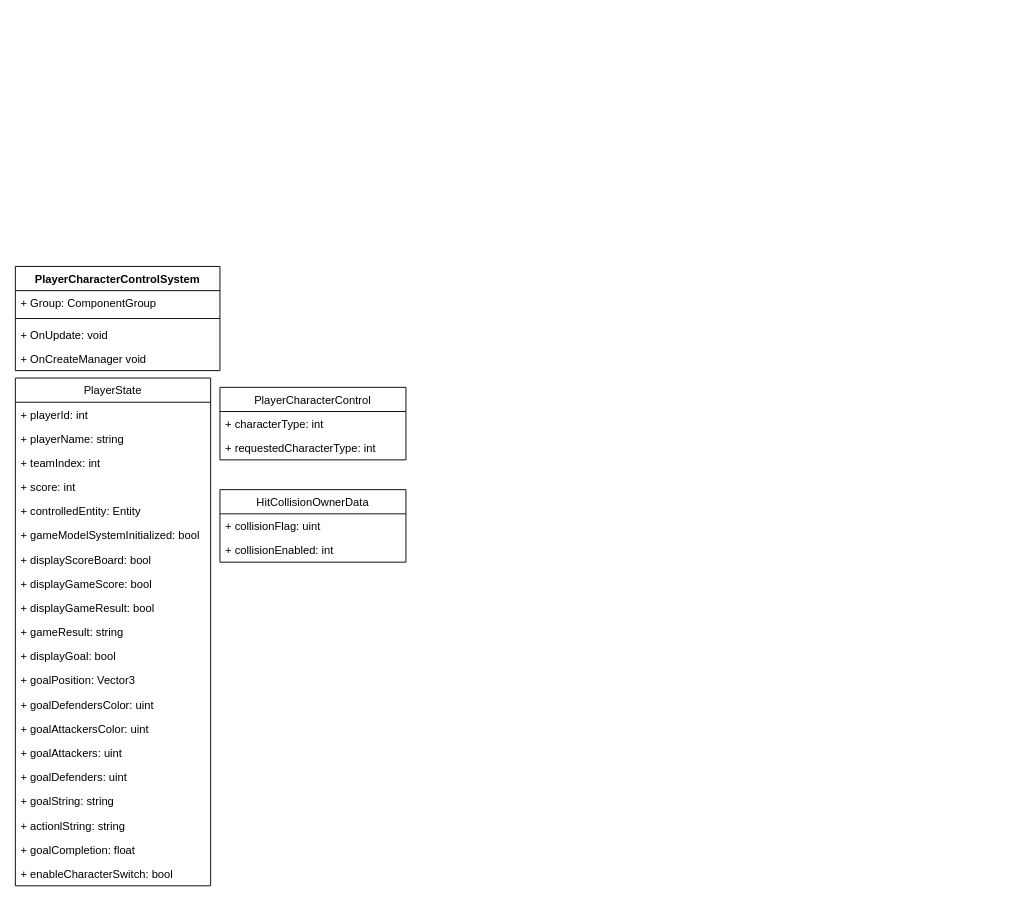
yulingjie/FPS keeps this draw.io diagram as Untitled Diagram.drawio. Above is the earlier version. Source tidied: cells renumbered, new cells numbered last; positions are measured from the earlier drawing's top-left corner, leaving out a move shared by most shapes. Both pictures are drawn from the tidied source at 93%, with x=0, y=0 at pixel (15, 266).
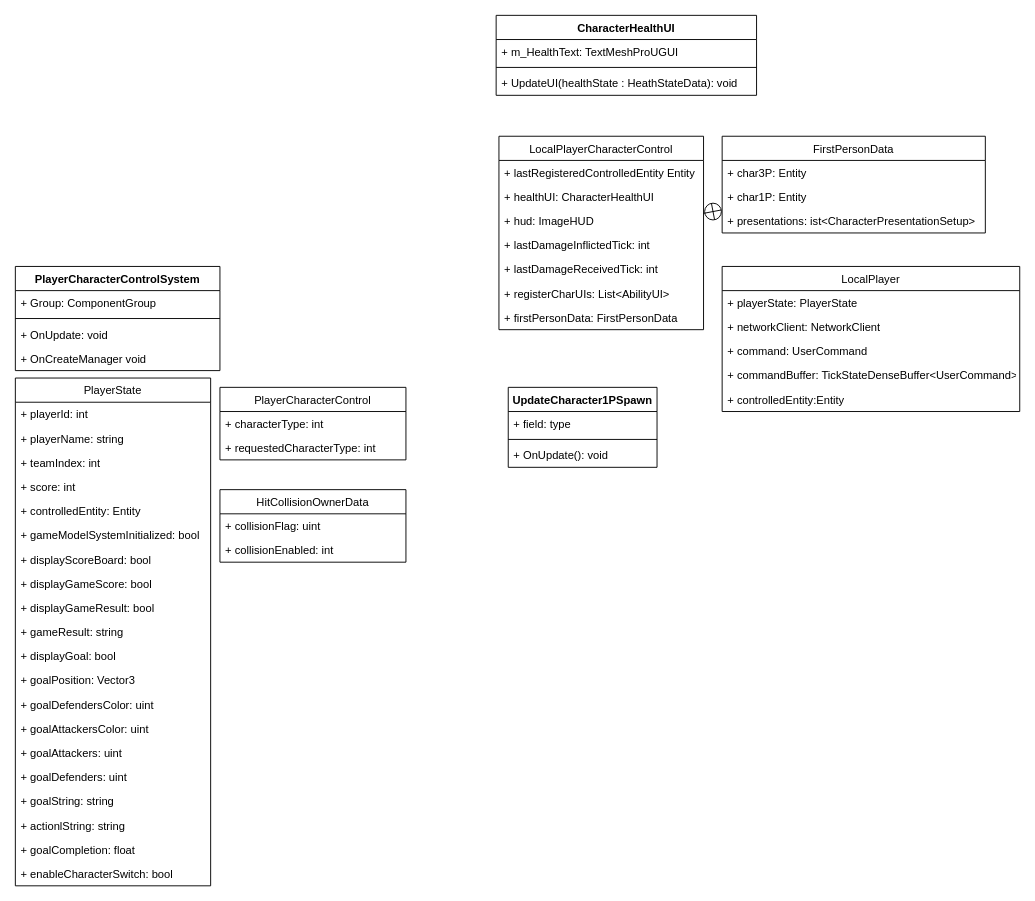
The same page after the edit.

Change to the diagram source:
```diff
@@
+    <mxCell id="34" value="UpdateCharacter1PSpawn" style="swimlane;fontStyle=1;align=center;verticalAlign=top;horizontal=1;startSize=26;" parent="1" vertex="1">
+      <mxGeometry x="530" y="130" width="160" height="86" as="geometry" />
+    </mxCell>
+    <mxCell id="35" value="+ field: type" style="text;strokeColor=none;fillColor=none;align=left;verticalAlign=top;spacingLeft=4;spacingRight=4;overflow=hidden;" parent="34" vertex="1">
+      <mxGeometry y="26" width="160" height="26" as="geometry" />
+    </mxCell>
+    <mxCell id="36" style="line;strokeWidth=1;fillColor=none;align=left;verticalAlign=middle;spacingTop=-1;spacingLeft=3;spacingRight=3;labelPosition=right;" parent="34" vertex="1">
+      <mxGeometry y="52" width="160" height="8" as="geometry" />
+    </mxCell>
+    <mxCell id="37" value="+ OnUpdate(): void" style="text;strokeColor=none;fillColor=none;align=left;verticalAlign=top;spacingLeft=4;spacingRight=4;overflow=hidden;" parent="34" vertex="1">
+      <mxGeometry y="60" width="160" height="26" as="geometry" />
+    </mxCell>
+    <mxCell id="38" value="LocalPlayerCharacterControl" style="swimlane;fontStyle=0;horizontal=1;startSize=26;fillColor=none;" parent="1" vertex="1">
+      <mxGeometry x="520" y="-140" width="220" height="208" as="geometry" />
+    </mxCell>
+    <mxCell id="39" value="+ lastRegisteredControlledEntity Entity" style="text;strokeColor=none;fillColor=none;align=left;verticalAlign=top;spacingLeft=4;spacingRight=4;overflow=hidden;" parent="38" vertex="1">
+      <mxGeometry y="26" width="220" height="26" as="geometry" />
+    </mxCell>
+    <mxCell id="40" value="+ healthUI: CharacterHealthUI" style="text;strokeColor=none;fillColor=none;align=left;verticalAlign=top;spacingLeft=4;spacingRight=4;overflow=hidden;" parent="38" vertex="1">
+      <mxGeometry y="52" width="220" height="26" as="geometry" />
+    </mxCell>
+    <mxCell id="41" value="+ hud: ImageHUD" style="text;strokeColor=none;fillColor=none;align=left;verticalAlign=top;spacingLeft=4;spacingRight=4;overflow=hidden;" parent="38" vertex="1">
+      <mxGeometry y="78" width="220" height="26" as="geometry" />
+    </mxCell>
+    <mxCell id="42" value="+ lastDamageInflictedTick: int" style="text;strokeColor=none;fillColor=none;align=left;verticalAlign=top;spacingLeft=4;spacingRight=4;overflow=hidden;" parent="38" vertex="1">
+      <mxGeometry y="104" width="220" height="26" as="geometry" />
+    </mxCell>
+    <mxCell id="43" value="+ lastDamageReceivedTick: int" style="text;strokeColor=none;fillColor=none;align=left;verticalAlign=top;spacingLeft=4;spacingRight=4;overflow=hidden;" parent="38" vertex="1">
+      <mxGeometry y="130" width="220" height="26" as="geometry" />
+    </mxCell>
+    <mxCell id="44" value="+ registerCharUIs: List&lt;AbilityUI&gt;" style="text;strokeColor=none;fillColor=none;align=left;verticalAlign=top;spacingLeft=4;spacingRight=4;overflow=hidden;" parent="38" vertex="1">
+      <mxGeometry y="156" width="220" height="26" as="geometry" />
+    </mxCell>
+    <mxCell id="45" value="+ firstPersonData: FirstPersonData" style="text;strokeColor=none;fillColor=none;align=left;verticalAlign=top;spacingLeft=4;spacingRight=4;overflow=hidden;" parent="38" vertex="1">
+      <mxGeometry y="182" width="220" height="26" as="geometry" />
+    </mxCell>
+    <mxCell id="46" value="FirstPersonData" style="swimlane;fontStyle=0;horizontal=1;startSize=26;fillColor=none;" parent="1" vertex="1">
+      <mxGeometry x="760" y="-140" width="283" height="104" as="geometry" />
+    </mxCell>
+    <mxCell id="47" value="+ char3P: Entity" style="text;strokeColor=none;fillColor=none;align=left;verticalAlign=top;spacingLeft=4;spacingRight=4;overflow=hidden;" parent="46" vertex="1">
+      <mxGeometry y="26" width="283" height="26" as="geometry" />
+    </mxCell>
+    <mxCell id="48" value="+ char1P: Entity" style="text;strokeColor=none;fillColor=none;align=left;verticalAlign=top;spacingLeft=4;spacingRight=4;overflow=hidden;" parent="46" vertex="1">
+      <mxGeometry y="52" width="283" height="26" as="geometry" />
+    </mxCell>
+    <mxCell id="49" value="+ presentations: ist&lt;CharacterPresentationSetup&gt;" style="text;strokeColor=none;fillColor=none;align=left;verticalAlign=top;spacingLeft=4;spacingRight=4;overflow=hidden;" parent="46" vertex="1">
+      <mxGeometry y="78" width="283" height="26" as="geometry" />
+    </mxCell>
+    <mxCell id="50" style="endArrow=circlePlus;startArrow=none;endFill=0;startFill=0;endSize=8;html=1;labelBackgroundColor=none;" parent="1" edge="1" source="38" target="46">
+      <mxGeometry relative="1" as="geometry" />
+    </mxCell>
+    <mxCell id="51" value="CharacterHealthUI" style="swimlane;fontStyle=1;align=center;verticalAlign=top;horizontal=1;startSize=26;" parent="1" vertex="1">
+      <mxGeometry x="517" y="-270" width="280" height="86" as="geometry" />
+    </mxCell>
+    <mxCell id="52" value="+ m_HealthText: TextMeshProUGUI" style="text;strokeColor=none;fillColor=none;align=left;verticalAlign=top;spacingLeft=4;spacingRight=4;overflow=hidden;" parent="51" vertex="1">
+      <mxGeometry y="26" width="280" height="26" as="geometry" />
+    </mxCell>
+    <mxCell id="53" style="line;strokeWidth=1;fillColor=none;align=left;verticalAlign=middle;spacingTop=-1;spacingLeft=3;spacingRight=3;labelPosition=right;" parent="51" vertex="1">
+      <mxGeometry y="52" width="280" height="8" as="geometry" />
+    </mxCell>
+    <mxCell id="54" value="+ UpdateUI(healthState : HeathStateData): void" style="text;strokeColor=none;fillColor=none;align=left;verticalAlign=top;spacingLeft=4;spacingRight=4;overflow=hidden;" parent="51" vertex="1">
+      <mxGeometry y="60" width="280" height="26" as="geometry" />
+    </mxCell>
+    <mxCell id="55" value="LocalPlayer" style="swimlane;fontStyle=0;horizontal=1;startSize=26;fillColor=none;" parent="1" vertex="1">
+      <mxGeometry x="760" width="320" height="156" as="geometry" />
+    </mxCell>
+    <mxCell id="56" value="+ playerState: PlayerState" style="text;strokeColor=none;fillColor=none;align=left;verticalAlign=top;spacingLeft=4;spacingRight=4;overflow=hidden;" parent="55" vertex="1">
+      <mxGeometry y="26" width="320" height="26" as="geometry" />
+    </mxCell>
+    <mxCell id="57" value="+ networkClient: NetworkClient" style="text;strokeColor=none;fillColor=none;align=left;verticalAlign=top;spacingLeft=4;spacingRight=4;overflow=hidden;" parent="55" vertex="1">
+      <mxGeometry y="52" width="320" height="26" as="geometry" />
+    </mxCell>
+    <mxCell id="58" value="+ command: UserCommand" style="text;strokeColor=none;fillColor=none;align=left;verticalAlign=top;spacingLeft=4;spacingRight=4;overflow=hidden;" parent="55" vertex="1">
+      <mxGeometry y="78" width="320" height="26" as="geometry" />
+    </mxCell>
+    <mxCell id="59" value="+ commandBuffer: TickStateDenseBuffer&lt;UserCommand&gt;" style="text;strokeColor=none;fillColor=none;align=left;verticalAlign=top;spacingLeft=4;spacingRight=4;overflow=hidden;" parent="55" vertex="1">
+      <mxGeometry y="104" width="320" height="26" as="geometry" />
+    </mxCell>
+    <mxCell id="60" value="+ controlledEntity:Entity" style="text;strokeColor=none;fillColor=none;align=left;verticalAlign=top;spacingLeft=4;spacingRight=4;overflow=hidden;" parent="55" vertex="1">
+      <mxGeometry y="130" width="320" height="26" as="geometry" />
+    </mxCell>
```
